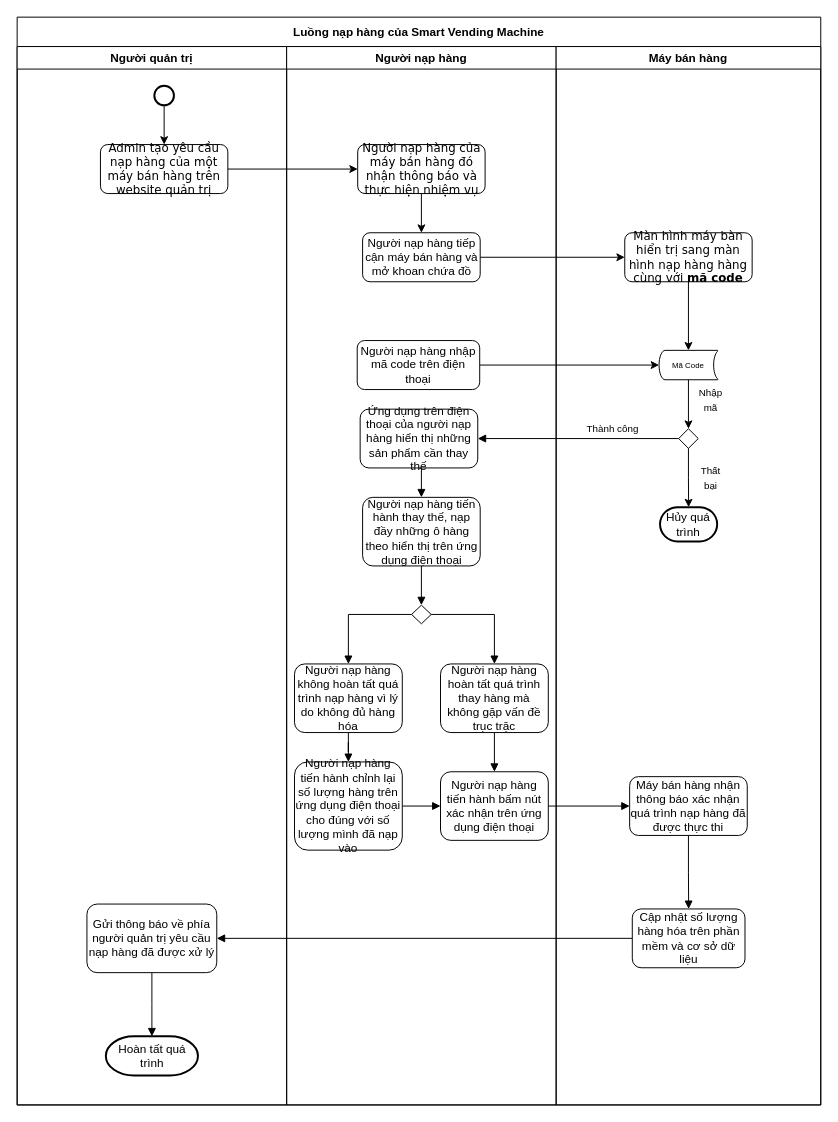
wardus3105/betatest keeps this draw.io diagram as page "Luồng nạp hàng" (2 of 3) of Untitled Diagram.drawio. Above is the earlier version. Source tidied: cells renumbered, new cells numbered last; positions are measured from the earlier drawing's top-left corner, leaving out a move shared by most shapes. Both pictures are drawn from the tidied source at 98%, with x=0, y=0 at pixel (17, 17).
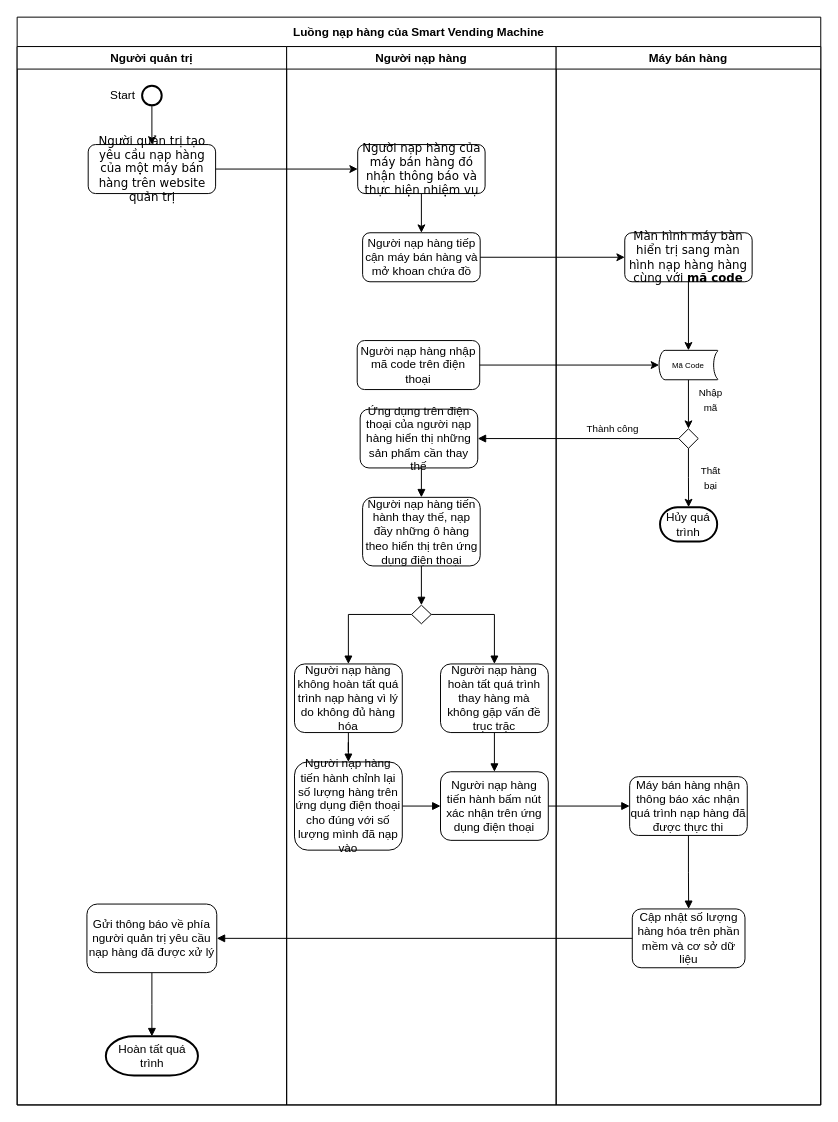
The same diagram, later.

Unchanged cells that the change refers to:
```xml
<mxCell id="3" value="Người quản trị" style="swimlane;" parent="2" vertex="1">
  <mxGeometry y="30" width="275" height="1080" as="geometry" />
</mxCell>
```

Diff of the diagram source:
```diff
@@
     <mxCell id="5" style="strokeWidth=2;html=1;shape=mxgraph.flowchart.start_2;whiteSpace=wrap;" parent="3" vertex="1">
-      <mxGeometry x="140" y="40" width="20" height="20" as="geometry" />
+      <mxGeometry x="127.5" y="40" width="20" height="20" as="geometry" />
     </mxCell>
-    <mxCell id="6" value="&lt;div style=&quot;font-size: 12px&quot;&gt;&lt;font style=&quot;font-size: 12px&quot;&gt;Admin tạo yêu cầu nạp hàng của một máy bán hàng  trên website quản trị &lt;br&gt;&lt;/font&gt;&lt;/div&gt;" style="rounded=1;whiteSpace=wrap;html=1;shadow=0;labelBackgroundColor=none;strokeWidth=1;fontFamily=Verdana;fontSize=8;align=center;" parent="3" vertex="1">
-      <mxGeometry x="85" y="100" width="130" height="50" as="geometry" />
+    <mxCell id="6" value="&lt;div style=&quot;font-size: 12px&quot;&gt;&lt;font style=&quot;font-size: 12px&quot;&gt;Người quản trị  tạo yêu cầu nạp hàng của một máy bán hàng  trên website quản trị &lt;br&gt;&lt;/font&gt;&lt;/div&gt;" style="rounded=1;whiteSpace=wrap;html=1;shadow=0;labelBackgroundColor=none;strokeWidth=1;fontFamily=Verdana;fontSize=8;align=center;" parent="3" vertex="1">
+      <mxGeometry x="72.5" y="100" width="130" height="50" as="geometry" />
     </mxCell>
@@
+    <mxCell id="49" value="Start" style="text;html=1;strokeColor=none;fillColor=none;align=center;verticalAlign=middle;whiteSpace=wrap;rounded=0;" parent="3" vertex="1">
+      <mxGeometry x="87.5" y="40" width="40" height="20" as="geometry" />
+    </mxCell>
```
